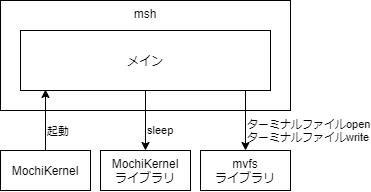
MasterMochi/msh keeps this draw.io diagram as docs/docs/internal/module/module.png. Above is the earlier version. Source tidied: cells renumbered, new cells last; positions are measured from the earlier drawing's top-left corner, leaving out a move shared by most shapes.
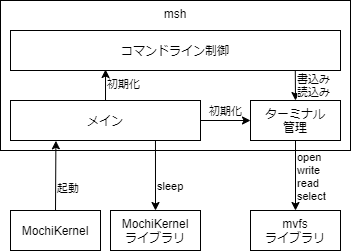
Above is the later version.

Change to the diagram source:
```diff
@@ -3,11 +3,8 @@
     <mxCell id="0" />
     <mxCell id="1" parent="0" />
     <mxCell id="2" value="msh" style="rounded=0;whiteSpace=wrap;html=1;verticalAlign=top;" parent="1" vertex="1">
-      <mxGeometry width="290" height="110" as="geometry" />
+      <mxGeometry x="-10" y="-60" width="350" height="150" as="geometry" />
     </mxCell>
-    <mxCell id="3" value="メイン" style="rounded=0;whiteSpace=wrap;html=1;" parent="1" vertex="1">
-      <mxGeometry x="20" y="30" width="250" height="60" as="geometry" />
-    </mxCell>
     <mxCell id="4" value="MochiKernel" style="rounded=0;whiteSpace=wrap;html=1;" parent="1" vertex="1">
       <mxGeometry y="150" width="90" height="40" as="geometry" />
     </mxCell>
@@ -15,9 +12,9 @@
       <mxGeometry x="100" y="150" width="90" height="40" as="geometry" />
     </mxCell>
     <mxCell id="6" value="mvfs&lt;br&gt;ライブラリ" style="rounded=0;whiteSpace=wrap;html=1;" parent="1" vertex="1">
-      <mxGeometry x="200" y="150" width="90" height="40" as="geometry" />
+      <mxGeometry x="240" y="150" width="90" height="40" as="geometry" />
     </mxCell>
-    <mxCell id="7" style="endArrow=classic;html=1;exitX=0.5;exitY=0;exitDx=0;exitDy=0;entryX=0.1;entryY=0.983;entryDx=0;entryDy=0;entryPerimeter=0;" parent="1" edge="1" source="4" target="3">
+    <mxCell id="7" style="endArrow=classic;html=1;exitX=0.5;exitY=0;exitDx=0;exitDy=0;entryX=0.239;entryY=1.007;entryDx=0;entryDy=0;entryPerimeter=0;" parent="1" edge="1" source="4" target="3">
       <mxGeometry relative="1" as="geometry" />
     </mxCell>
     <mxCell id="8" value="起動" style="edgeLabel;html=1;align=left;verticalAlign=middle;labelBackgroundColor=none;" parent="7" vertex="1">
@@ -25,7 +22,7 @@
         <mxPoint x="-2" y="-5.7" as="offset" />
       </mxGeometry>
     </mxCell>
-    <mxCell id="9" style="endArrow=classic;html=1;exitX=0.5;exitY=1;exitDx=0;exitDy=0;entryX=0.5;entryY=0;entryDx=0;entryDy=0;" parent="1" edge="1" source="3" target="5">
+    <mxCell id="9" style="endArrow=classic;html=1;entryX=0.5;entryY=0;entryDx=0;entryDy=0;exitX=0.763;exitY=1.007;exitDx=0;exitDy=0;exitPerimeter=0;" parent="1" edge="1" source="3" target="5">
       <mxGeometry relative="1" as="geometry" />
     </mxCell>
     <mxCell id="10" value="sleep" style="edgeLabel;html=1;align=left;verticalAlign=middle;labelBackgroundColor=none;" parent="9" vertex="1">
@@ -33,13 +30,31 @@
         <mxPoint x="-1" y="3.8" as="offset" />
       </mxGeometry>
     </mxCell>
-    <mxCell id="11" style="endArrow=classic;html=1;entryX=0.5;entryY=0;entryDx=0;entryDy=0;exitX=0.9;exitY=0.999;exitDx=0;exitDy=0;exitPerimeter=0;" parent="1" edge="1" source="3" target="6">
+    <mxCell id="11" style="endArrow=classic;html=1;entryX=0.5;entryY=0;entryDx=0;entryDy=0;exitX=0.5;exitY=1;exitDx=0;exitDy=0;" parent="1" edge="1" source="13" target="6">
       <mxGeometry relative="1" as="geometry" />
     </mxCell>
-    <mxCell id="12" value="ターミナルファイルopen&lt;br&gt;ターミナルファイルwrite" style="edgeLabel;html=1;align=left;verticalAlign=middle;labelBackgroundColor=none;" parent="11" vertex="1">
+    <mxCell id="12" value="open&lt;br&gt;write&lt;br&gt;read&lt;br&gt;select" style="edgeLabel;html=1;align=left;verticalAlign=middle;labelBackgroundColor=none;" parent="11" vertex="1">
       <mxGeometry x="0.21" y="2" relative="1" as="geometry">
-        <mxPoint x="-2" y="3.4" as="offset" />
+        <mxPoint x="-2" y="-6.2" as="offset" />
       </mxGeometry>
     </mxCell>
+    <mxCell id="13" value="ターミナル&lt;br&gt;管理" style="rounded=0;whiteSpace=wrap;html=1;" parent="1" vertex="1">
+      <mxGeometry x="240" y="40" width="90" height="40" as="geometry" />
+    </mxCell>
+    <mxCell id="3" value="メイン" style="rounded=0;whiteSpace=wrap;html=1;" parent="1" vertex="1">
+      <mxGeometry y="40" width="190" height="40" as="geometry" />
+    </mxCell>
+    <mxCell id="14" value="初期化" style="endArrow=classic;html=1;exitX=1;exitY=0.5;exitDx=0;exitDy=0;entryX=0;entryY=0.5;entryDx=0;entryDy=0;verticalAlign=bottom;" parent="1" edge="1" source="3" target="13">
+      <mxGeometry relative="1" as="geometry" />
+    </mxCell>
+    <mxCell id="15" value="コマンドライン制御" style="rounded=0;whiteSpace=wrap;html=1;" parent="1" vertex="1">
+      <mxGeometry y="-30" width="330" height="40" as="geometry" />
+    </mxCell>
+    <mxCell id="16" value="初期化" style="endArrow=classic;html=1;exitX=0.5;exitY=0;exitDx=0;exitDy=0;entryX=0.288;entryY=0.975;entryDx=0;entryDy=0;entryPerimeter=0;align=left;" parent="1" edge="1" source="3" target="15">
+      <mxGeometry relative="1" as="geometry" />
+    </mxCell>
+    <mxCell id="17" value="書込み&lt;br&gt;読込み" style="endArrow=classic;html=1;align=left;entryX=0.5;entryY=0;entryDx=0;entryDy=0;exitX=0.863;exitY=1.011;exitDx=0;exitDy=0;exitPerimeter=0;" parent="1" edge="1" source="15" target="13">
+      <mxGeometry relative="1" as="geometry" />
+    </mxCell>
   </root>
 </mxGraphModel>
```
